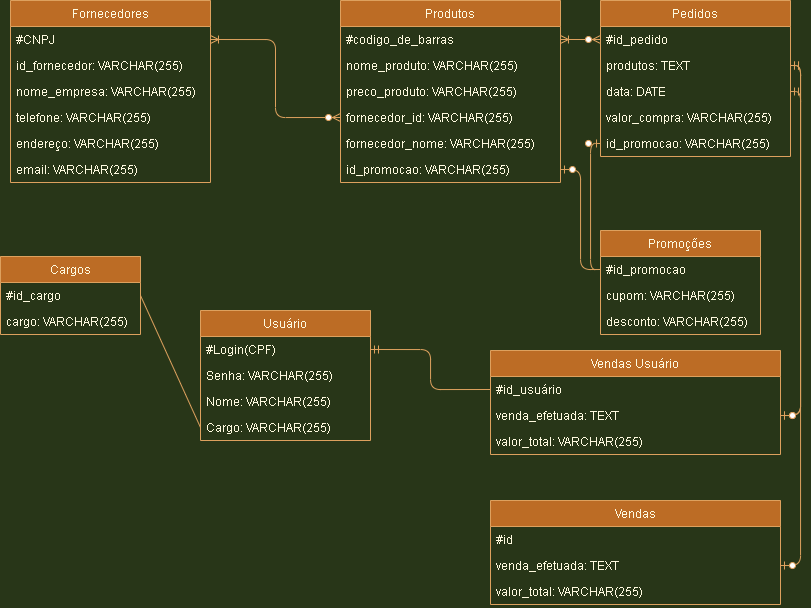
1NxT/Innovate-Market keeps this draw.io diagram as Innovate Market.png. Above is the earlier version. Source tidied: cells renumbered, new cells last; positions are measured from the earlier drawing's top-left corner, leaving out a move shared by most shapes.
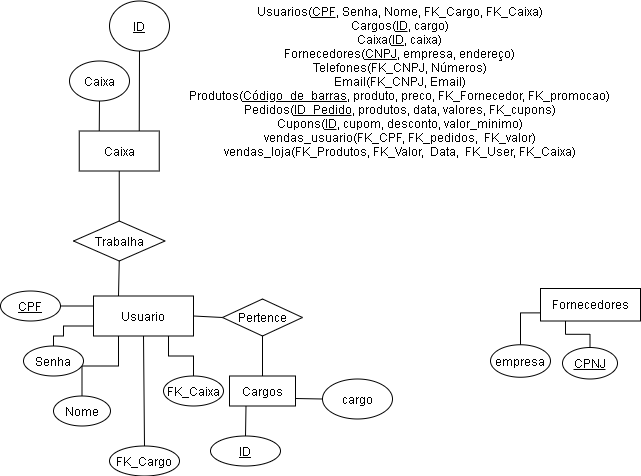
After the commit.

Diff of the diagram source:
```diff
@@ -1,153 +1,115 @@
-<mxGraphModel background="#283618">
+<mxGraphModel>
   <root>
     <mxCell id="0" />
     <mxCell id="1" parent="0" />
-    <mxCell id="2" value="Usuário" style="swimlane;fontStyle=0;horizontal=1;startSize=26;shadow=0;fillColor=#BC6C25;strokeColor=#DDA15E;fontColor=#FEFAE0;" parent="1" vertex="1">
-      <mxGeometry x="200" y="310" width="170" height="130" as="geometry" />
-    </mxCell>
-    <mxCell id="3" value="#Login(CPF) " style="text;fillColor=none;align=left;verticalAlign=top;spacingLeft=4;spacingRight=4;overflow=hidden;points=[[0,0.5],[1,0.5]];portConstraint=eastwest;shadow=0;fontColor=#FEFAE0;" parent="2" vertex="1">
-      <mxGeometry y="26" width="170" height="26" as="geometry" />
-    </mxCell>
-    <mxCell id="4" value="Senha: VARCHAR(255)" style="text;fillColor=none;align=left;verticalAlign=top;spacingLeft=4;spacingRight=4;overflow=hidden;shadow=0;fontColor=#FEFAE0;" parent="2" vertex="1">
-      <mxGeometry y="52" width="170" height="26" as="geometry" />
-    </mxCell>
-    <mxCell id="5" value="Nome: VARCHAR(255)" style="text;fillColor=none;align=left;verticalAlign=top;spacingLeft=4;spacingRight=4;overflow=hidden;shadow=0;fontColor=#FEFAE0;" parent="2" vertex="1">
-      <mxGeometry y="78" width="170" height="26" as="geometry" />
-    </mxCell>
-    <mxCell id="6" value="Cargo: VARCHAR(255)" style="text;fillColor=none;align=left;verticalAlign=top;spacingLeft=4;spacingRight=4;overflow=hidden;points=[[0,0.5],[1,0.5]];portConstraint=eastwest;shadow=0;fontColor=#FEFAE0;" parent="2" vertex="1">
-      <mxGeometry y="104" width="170" height="26" as="geometry" />
-    </mxCell>
+    <mxCell id="51" value="Usuarios(&lt;u&gt;CPF&lt;/u&gt;, Senha, Nome, FK_Cargo, FK_Caixa)&lt;br&gt;Cargos(&lt;u&gt;ID&lt;/u&gt;, cargo)&lt;br&gt;Caixa(&lt;u&gt;ID&lt;/u&gt;, caixa)&lt;br&gt;Fornecedores(&lt;u&gt;CNPJ&lt;/u&gt;, empresa, endereço)&lt;br&gt;Telefones(FK_CNPJ, Números)&lt;br&gt;Email(FK_CNPJ, Email)&lt;br&gt;Produtos(&lt;u&gt;Código_de_barras&lt;/u&gt;, produto, preco, FK_Fornecedor, FK_promocao)&lt;br&gt;Pedidos(&lt;u&gt;ID_Pedido&lt;/u&gt;, produtos, data, valores, FK_cupons)&lt;br&gt;Cupons(&lt;u&gt;ID&lt;/u&gt;, cupom, desconto, valor_minimo)&lt;br&gt;vendas_usuario(FK_CPF, FK_pedidos,&amp;nbsp; FK_valor)&lt;br&gt;vendas_loja(FK_Produtos, FK_Valor,&amp;nbsp; Data,&amp;nbsp; FK_User, FK_Caixa)" style="text;html=1;align=center;verticalAlign=middle;strokeColor=none;" parent="1" vertex="1">
+      <mxGeometry x="169" y="-7.5" width="440" height="160" as="geometry" />
+    </mxCell>
+    <mxCell id="52" value="Usuario" style="whiteSpace=wrap;html=1;align=center;rounded=0;sketch=0;" parent="1" vertex="1">
+      <mxGeometry x="83" y="287.5" width="100" height="40" as="geometry" />
+    </mxCell>
+    <mxCell id="53" style="endArrow=none;html=1;rounded=0;exitX=0.25;exitY=1;exitDx=0;exitDy=0;edgeStyle=orthogonalEdgeStyle;entryX=0.5;entryY=0;entryDx=0;entryDy=0;" parent="1" edge="1" source="52" target="60">
+      <mxGeometry relative="1" as="geometry" />
+    </mxCell>
+    <mxCell id="54" style="endArrow=none;html=1;rounded=0;exitX=0;exitY=0.75;exitDx=0;exitDy=0;edgeStyle=orthogonalEdgeStyle;entryX=0.5;entryY=0;entryDx=0;entryDy=0;" parent="1" edge="1" source="52" target="59">
+      <mxGeometry relative="1" as="geometry">
+        <Array as="points">
+          <mxPoint x="53" y="317.5" />
+          <mxPoint x="53" y="327.5" />
+          <mxPoint x="43" y="327.5" />
+        </Array>
+      </mxGeometry>
+    </mxCell>
+    <mxCell id="55" style="endArrow=none;html=1;rounded=0;exitX=0.5;exitY=1;exitDx=0;exitDy=0;entryX=0.5;entryY=0;entryDx=0;entryDy=0;" parent="1" edge="1" source="52" target="61">
+      <mxGeometry relative="1" as="geometry" />
+    </mxCell>
+    <mxCell id="56" style="endArrow=none;html=1;rounded=0;exitX=0.75;exitY=1;exitDx=0;exitDy=0;edgeStyle=orthogonalEdgeStyle;" parent="1" edge="1" source="52">
+      <mxGeometry relative="1" as="geometry">
+        <mxPoint x="183" y="367.5" as="targetPoint" />
+      </mxGeometry>
+    </mxCell>
+    <mxCell id="57" style="endArrow=none;html=1;rounded=0;exitX=0;exitY=0.25;exitDx=0;exitDy=0;entryX=1;entryY=0.5;entryDx=0;entryDy=0;" parent="1" edge="1" source="52" target="58">
+      <mxGeometry relative="1" as="geometry" />
+    </mxCell>
+    <mxCell id="58" value="&lt;u&gt;CPF&lt;/u&gt;" style="ellipse;whiteSpace=wrap;html=1;rounded=0;sketch=0;" parent="1" vertex="1">
+      <mxGeometry x="-10" y="282.5" width="60" height="30" as="geometry" />
+    </mxCell>
+    <mxCell id="59" value="Senha" style="ellipse;whiteSpace=wrap;html=1;rounded=0;sketch=0;" parent="1" vertex="1">
+      <mxGeometry x="13" y="337.5" width="60" height="30" as="geometry" />
+    </mxCell>
+    <mxCell id="60" value="Nome" style="ellipse;whiteSpace=wrap;html=1;rounded=0;sketch=0;" parent="1" vertex="1">
+      <mxGeometry x="43" y="387.5" width="57" height="30" as="geometry" />
+    </mxCell>
+    <mxCell id="61" value="FK_Cargo" style="ellipse;whiteSpace=wrap;html=1;rounded=0;sketch=0;" parent="1" vertex="1">
+      <mxGeometry x="99" y="437.5" width="70" height="30" as="geometry" />
+    </mxCell>
+    <mxCell id="62" value="FK_Caixa" style="ellipse;whiteSpace=wrap;html=1;rounded=0;sketch=0;" parent="1" vertex="1">
+      <mxGeometry x="153" y="367.5" width="60" height="30" as="geometry" />
+    </mxCell>
+    <mxCell id="63" value="Pertence" style="rhombus;whiteSpace=wrap;html=1;rounded=0;sketch=0;" parent="1" vertex="1">
+      <mxGeometry x="212" y="290.5" width="80" height="37" as="geometry" />
+    </mxCell>
+    <mxCell id="64" style="endArrow=none;html=1;entryX=0;entryY=0.5;entryDx=0;entryDy=0;exitX=1;exitY=0.5;exitDx=0;exitDy=0;" parent="1" edge="1" source="52" target="63">
+      <mxGeometry relative="1" as="geometry" />
+    </mxCell>
-    <mxCell id="7" value="Cargos" style="swimlane;fontStyle=0;horizontal=1;startSize=26;shadow=0;fillColor=#BC6C25;strokeColor=#DDA15E;fontColor=#FEFAE0;" parent="1" vertex="1">
-      <mxGeometry y="256" width="140" height="78" as="geometry" />
+    <mxCell id="7" value="Cargos" style="rounded=0;whiteSpace=wrap;html=1;sketch=0;" parent="1" vertex="1">
+      <mxGeometry x="219" y="367.5" width="66" height="30" as="geometry" />
     </mxCell>
-    <mxCell id="8" value="#id_cargo" style="text;fillColor=none;align=left;verticalAlign=top;spacingLeft=4;spacingRight=4;overflow=hidden;points=[[0,0.5],[1,0.5]];portConstraint=eastwest;shadow=0;fontColor=#FEFAE0;" parent="7" vertex="1">
-      <mxGeometry y="26" width="140" height="26" as="geometry" />
-    </mxCell>
-    <mxCell id="9" value="cargo: VARCHAR(255)" style="text;fillColor=none;align=left;verticalAlign=top;spacingLeft=4;spacingRight=4;overflow=hidden;shadow=0;fontColor=#FEFAE0;" parent="7" vertex="1">
-      <mxGeometry y="52" width="140" height="26" as="geometry" />
-    </mxCell>
-    <mxCell id="10" value="Produtos" style="swimlane;fontStyle=0;horizontal=1;startSize=26;shadow=0;fillColor=#BC6C25;strokeColor=#DDA15E;fontColor=#FEFAE0;" parent="1" vertex="1">
-      <mxGeometry x="340" width="220" height="182" as="geometry" />
-    </mxCell>
-    <mxCell id="11" value="#codigo_de_barras" style="text;fillColor=none;align=left;verticalAlign=top;spacingLeft=4;spacingRight=4;overflow=hidden;points=[[0,0.5],[1,0.5]];portConstraint=eastwest;shadow=0;fontColor=#FEFAE0;" parent="10" vertex="1">
-      <mxGeometry y="26" width="220" height="26" as="geometry" />
-    </mxCell>
-    <mxCell id="12" value="nome_produto: VARCHAR(255)" style="text;fillColor=none;align=left;verticalAlign=top;spacingLeft=4;spacingRight=4;overflow=hidden;shadow=0;fontColor=#FEFAE0;" parent="10" vertex="1">
-      <mxGeometry y="52" width="220" height="26" as="geometry" />
-    </mxCell>
-    <mxCell id="13" value="preco_produto: VARCHAR(255)" style="text;fillColor=none;align=left;verticalAlign=top;spacingLeft=4;spacingRight=4;overflow=hidden;shadow=0;fontColor=#FEFAE0;" parent="10" vertex="1">
-      <mxGeometry y="78" width="220" height="26" as="geometry" />
-    </mxCell>
-    <mxCell id="14" value="fornecedor_id: VARCHAR(255)" style="text;fillColor=none;align=left;verticalAlign=top;spacingLeft=4;spacingRight=4;overflow=hidden;points=[[0,0.5],[1,0.5]];portConstraint=eastwest;shadow=0;fontColor=#FEFAE0;" parent="10" vertex="1">
-      <mxGeometry y="104" width="220" height="26" as="geometry" />
-    </mxCell>
-    <mxCell id="15" value="fornecedor_nome: VARCHAR(255)" style="text;fillColor=none;align=left;verticalAlign=top;spacingLeft=4;spacingRight=4;overflow=hidden;shadow=0;fontColor=#FEFAE0;" parent="10" vertex="1">
-      <mxGeometry y="130" width="220" height="26" as="geometry" />
-    </mxCell>
-    <mxCell id="16" value="id_promocao: VARCHAR(255)" style="text;fillColor=none;align=left;verticalAlign=top;spacingLeft=4;spacingRight=4;overflow=hidden;points=[[0,0.5],[1,0.5]];portConstraint=eastwest;shadow=0;fontColor=#FEFAE0;" parent="10" vertex="1">
-      <mxGeometry y="156" width="220" height="26" as="geometry" />
-    </mxCell>
+    <mxCell id="65" style="endArrow=none;html=1;entryX=0.5;entryY=1;entryDx=0;entryDy=0;exitX=0.5;exitY=0;exitDx=0;exitDy=0;" parent="1" edge="1" source="7" target="63">
+      <mxGeometry relative="1" as="geometry" />
+    </mxCell>
+    <mxCell id="66" style="endArrow=none;html=1;entryX=0.25;entryY=1;entryDx=0;entryDy=0;exitX=0.5;exitY=0;exitDx=0;exitDy=0;" parent="1" edge="1" source="67" target="7">
+      <mxGeometry relative="1" as="geometry" />
+    </mxCell>
+    <mxCell id="67" value="&lt;u&gt;ID&lt;/u&gt;" style="ellipse;whiteSpace=wrap;html=1;rounded=0;sketch=0;" parent="1" vertex="1">
+      <mxGeometry x="200" y="427.5" width="70" height="30" as="geometry" />
+    </mxCell>
+    <mxCell id="68" style="endArrow=none;html=1;entryX=1;entryY=0.75;entryDx=0;entryDy=0;exitX=0;exitY=0.5;exitDx=0;exitDy=0;" parent="1" edge="1" source="69" target="7">
+      <mxGeometry relative="1" as="geometry" />
+    </mxCell>
+    <mxCell id="69" value="cargo" style="ellipse;whiteSpace=wrap;html=1;rounded=0;sketch=0;" parent="1" vertex="1">
+      <mxGeometry x="312" y="370.5" width="70" height="40" as="geometry" />
+    </mxCell>
+    <mxCell id="70" value="Caixa" style="rounded=0;whiteSpace=wrap;html=1;sketch=0;" parent="1" vertex="1">
+      <mxGeometry x="68.8" y="122.5" width="80" height="40" as="geometry" />
+    </mxCell>
+    <mxCell id="71" value="Trabalha" style="rhombus;whiteSpace=wrap;html=1;rounded=0;sketch=0;" parent="1" vertex="1">
+      <mxGeometry x="63" y="212.5" width="91.5" height="40" as="geometry" />
+    </mxCell>
+    <mxCell id="72" style="endArrow=none;html=1;exitX=0.25;exitY=0;exitDx=0;exitDy=0;entryX=0.5;entryY=1;entryDx=0;entryDy=0;" parent="1" edge="1" source="52" target="71">
+      <mxGeometry relative="1" as="geometry" />
+    </mxCell>
+    <mxCell id="73" style="endArrow=none;html=1;exitX=0.5;exitY=0;exitDx=0;exitDy=0;entryX=0.5;entryY=1;entryDx=0;entryDy=0;" parent="1" edge="1" source="71" target="70">
+      <mxGeometry relative="1" as="geometry" />
+    </mxCell>
+    <mxCell id="74" style="endArrow=none;html=1;exitX=0.25;exitY=0;exitDx=0;exitDy=0;entryX=0.5;entryY=1;entryDx=0;entryDy=0;" parent="1" edge="1" source="70" target="75">
+      <mxGeometry relative="1" as="geometry" />
+    </mxCell>
+    <mxCell id="75" value="Caixa" style="ellipse;whiteSpace=wrap;html=1;rounded=0;sketch=0;" parent="1" vertex="1">
+      <mxGeometry x="59" y="52.5" width="60" height="40" as="geometry" />
+    </mxCell>
+    <mxCell id="76" style="endArrow=none;html=1;exitX=0.75;exitY=0;exitDx=0;exitDy=0;entryX=0.5;entryY=1;entryDx=0;entryDy=0;" parent="1" edge="1" target="77">
+      <mxGeometry relative="1" as="geometry">
+        <mxPoint x="128.7" y="122.5" as="sourcePoint" />
+      </mxGeometry>
+    </mxCell>
+    <mxCell id="77" value="&lt;u&gt;ID&lt;/u&gt;" style="ellipse;whiteSpace=wrap;html=1;rounded=0;sketch=0;" parent="1" vertex="1">
+      <mxGeometry x="99" y="-7.5" width="60" height="50" as="geometry" />
+    </mxCell>
-    <mxCell id="17" value="Fornecedores" style="swimlane;fontStyle=0;horizontal=1;startSize=26;shadow=0;fillColor=#BC6C25;strokeColor=#DDA15E;fontColor=#FEFAE0;" parent="1" vertex="1">
-      <mxGeometry x="10" width="200" height="182" as="geometry" />
+    <mxCell id="17" value="Fornecedores" style="rounded=0;whiteSpace=wrap;html=1;sketch=0;" parent="1" vertex="1">
+      <mxGeometry x="530" y="280" width="100" height="32.5" as="geometry" />
     </mxCell>
-    <mxCell id="18" value="#CNPJ" style="text;fillColor=none;align=left;verticalAlign=top;spacingLeft=4;spacingRight=4;overflow=hidden;points=[[0,0.5],[1,0.5]];portConstraint=eastwest;shadow=0;fontColor=#FEFAE0;" parent="17" vertex="1">
-      <mxGeometry y="26" width="200" height="26" as="geometry" />
-    </mxCell>
-    <mxCell id="19" value="id_fornecedor: VARCHAR(255)&#10;" style="text;fillColor=none;align=left;verticalAlign=top;spacingLeft=4;spacingRight=4;overflow=hidden;shadow=0;fontColor=#FEFAE0;" parent="17" vertex="1">
-      <mxGeometry y="52" width="200" height="26" as="geometry" />
-    </mxCell>
-    <mxCell id="20" value="nome_empresa: VARCHAR(255)" style="text;fillColor=none;align=left;verticalAlign=top;spacingLeft=4;spacingRight=4;overflow=hidden;shadow=0;fontColor=#FEFAE0;" parent="17" vertex="1">
-      <mxGeometry y="78" width="200" height="26" as="geometry" />
-    </mxCell>
-    <mxCell id="21" value="telefone: VARCHAR(255)" style="text;fillColor=none;align=left;verticalAlign=top;spacingLeft=4;spacingRight=4;overflow=hidden;shadow=0;fontColor=#FEFAE0;" parent="17" vertex="1">
-      <mxGeometry y="104" width="200" height="26" as="geometry" />
-    </mxCell>
-    <mxCell id="22" value="endereço: VARCHAR(255)" style="text;fillColor=none;align=left;verticalAlign=top;spacingLeft=4;spacingRight=4;overflow=hidden;shadow=0;fontColor=#FEFAE0;" parent="17" vertex="1">
-      <mxGeometry y="130" width="200" height="26" as="geometry" />
-    </mxCell>
-    <mxCell id="23" value="email: VARCHAR(255)" style="text;fillColor=none;align=left;verticalAlign=top;spacingLeft=4;spacingRight=4;overflow=hidden;shadow=0;fontColor=#FEFAE0;" parent="17" vertex="1">
-      <mxGeometry y="156" width="200" height="26" as="geometry" />
-    </mxCell>
-    <mxCell id="24" value="Pedidos" style="swimlane;fontStyle=0;horizontal=1;startSize=26;shadow=0;fillColor=#BC6C25;strokeColor=#DDA15E;fontColor=#FEFAE0;" parent="1" vertex="1">
-      <mxGeometry x="600" width="190" height="156" as="geometry" />
-    </mxCell>
-    <mxCell id="25" value="#id_pedido" style="text;fillColor=none;align=left;verticalAlign=top;spacingLeft=4;spacingRight=4;overflow=hidden;points=[[0,0.5],[1,0.5]];portConstraint=eastwest;shadow=0;fontColor=#FEFAE0;" parent="24" vertex="1">
-      <mxGeometry y="26" width="190" height="26" as="geometry" />
-    </mxCell>
-    <mxCell id="26" value="produtos: TEXT" style="text;align=left;verticalAlign=top;spacingLeft=4;spacingRight=4;overflow=hidden;points=[[0,0.5],[1,0.5]];portConstraint=eastwest;shadow=0;fontColor=#FEFAE0;" parent="24" vertex="1">
-      <mxGeometry y="52" width="190" height="26" as="geometry" />
-    </mxCell>
-    <mxCell id="27" value="data: DATE" style="text;strokeColor=none;fillColor=none;align=left;verticalAlign=top;spacingLeft=4;spacingRight=4;overflow=hidden;points=[[0,0.5],[1,0.5]];portConstraint=eastwest;fontColor=#FEFAE0;" parent="24" vertex="1">
-      <mxGeometry y="78" width="190" height="26" as="geometry" />
-    </mxCell>
-    <mxCell id="28" value="valor_compra: VARCHAR(255)" style="text;fillColor=none;align=left;verticalAlign=top;spacingLeft=4;spacingRight=4;overflow=hidden;shadow=0;fontColor=#FEFAE0;" parent="24" vertex="1">
-      <mxGeometry y="104" width="190" height="26" as="geometry" />
-    </mxCell>
-    <mxCell id="29" value="id_promocao: VARCHAR(255)" style="text;fillColor=none;align=left;verticalAlign=top;spacingLeft=4;spacingRight=4;overflow=hidden;points=[[0,0.5],[1,0.5]];portConstraint=eastwest;shadow=0;fontColor=#FEFAE0;" parent="24" vertex="1">
-      <mxGeometry y="130" width="190" height="26" as="geometry" />
-    </mxCell>
-    <mxCell id="30" style="edgeStyle=orthogonalEdgeStyle;fontSize=12;html=1;endArrow=ERoneToMany;startArrow=ERzeroToMany;shadow=0;entryX=1;entryY=0.5;entryDx=0;entryDy=0;exitX=0;exitY=0.5;exitDx=0;exitDy=0;labelBackgroundColor=#283618;strokeColor=#DDA15E;fontColor=#FEFAE0;" parent="1" edge="1" source="14" target="18">
-      <mxGeometry relative="1" as="geometry" />
-    </mxCell>
-    <mxCell id="31" style="edgeStyle=entityRelationEdgeStyle;fontSize=12;html=1;endArrow=ERoneToMany;startArrow=ERzeroToMany;shadow=0;entryX=1;entryY=0.5;entryDx=0;entryDy=0;exitX=0;exitY=0.5;exitDx=0;exitDy=0;labelBackgroundColor=#283618;strokeColor=#DDA15E;fontColor=#FEFAE0;" parent="1" edge="1" source="25" target="11">
-      <mxGeometry relative="1" as="geometry" />
-    </mxCell>
-    <mxCell id="32" value="Promoções" style="swimlane;fontStyle=0;horizontal=1;startSize=26;shadow=0;strokeColor=#DDA15E;fontColor=#FEFAE0;fillColor=#BC6C25;" parent="1" vertex="1">
-      <mxGeometry x="600" y="230" width="160" height="104" as="geometry" />
-    </mxCell>
-    <mxCell id="33" value="#id_promocao" style="text;strokeColor=none;fillColor=none;align=left;verticalAlign=top;spacingLeft=4;spacingRight=4;overflow=hidden;points=[[0,0.5],[1,0.5]];portConstraint=eastwest;fontColor=#FEFAE0;" parent="32" vertex="1">
-      <mxGeometry y="26" width="160" height="26" as="geometry" />
-    </mxCell>
-    <mxCell id="34" value="cupom: VARCHAR(255)" style="text;strokeColor=none;fillColor=none;align=left;verticalAlign=top;spacingLeft=4;spacingRight=4;overflow=hidden;fontColor=#FEFAE0;" parent="32" vertex="1">
-      <mxGeometry y="52" width="160" height="26" as="geometry" />
-    </mxCell>
-    <mxCell id="35" value="desconto: VARCHAR(255)" style="text;strokeColor=none;fillColor=none;align=left;verticalAlign=top;spacingLeft=4;spacingRight=4;overflow=hidden;fontColor=#FEFAE0;" parent="32" vertex="1">
-      <mxGeometry y="78" width="160" height="26" as="geometry" />
-    </mxCell>
-    <mxCell id="36" style="edgeStyle=orthogonalEdgeStyle;fontSize=12;html=1;endArrow=ERzeroToOne;endFill=1;exitX=0;exitY=0.5;exitDx=0;exitDy=0;entryX=1;entryY=0.5;entryDx=0;entryDy=0;labelBackgroundColor=#283618;strokeColor=#DDA15E;fontColor=#FEFAE0;" parent="1" edge="1" source="33" target="16">
-      <mxGeometry relative="1" as="geometry" />
-    </mxCell>
-    <mxCell id="37" style="edgeStyle=orthogonalEdgeStyle;fontSize=12;html=1;endArrow=ERzeroToOne;endFill=1;exitX=0;exitY=0.5;exitDx=0;exitDy=0;entryX=0;entryY=0.5;entryDx=0;entryDy=0;labelBackgroundColor=#283618;strokeColor=#DDA15E;fontColor=#FEFAE0;" parent="1" edge="1" source="33" target="29">
-      <mxGeometry relative="1" as="geometry" />
-    </mxCell>
-    <mxCell id="38" value="Vendas" style="swimlane;fontStyle=0;horizontal=1;startSize=26;strokeColor=#DDA15E;fontColor=#FEFAE0;fillColor=#BC6C25;" parent="1" vertex="1">
-      <mxGeometry x="490" y="500" width="290" height="104" as="geometry" />
-    </mxCell>
-    <mxCell id="39" value="#id" style="text;strokeColor=none;fillColor=none;align=left;verticalAlign=top;spacingLeft=4;spacingRight=4;overflow=hidden;fontColor=#FEFAE0;" parent="38" vertex="1">
-      <mxGeometry y="26" width="290" height="26" as="geometry" />
-    </mxCell>
-    <mxCell id="40" value="venda_efetuada: TEXT" style="text;strokeColor=none;fillColor=none;align=left;verticalAlign=top;spacingLeft=4;spacingRight=4;overflow=hidden;points=[[0,0.5],[1,0.5]];portConstraint=eastwest;fontColor=#FEFAE0;" parent="38" vertex="1">
-      <mxGeometry y="52" width="290" height="26" as="geometry" />
-    </mxCell>
-    <mxCell id="41" value="valor_total: VARCHAR(255)" style="text;strokeColor=none;fillColor=none;align=left;verticalAlign=top;spacingLeft=4;spacingRight=4;overflow=hidden;fontColor=#FEFAE0;" parent="38" vertex="1">
-      <mxGeometry y="78" width="290" height="26" as="geometry" />
-    </mxCell>
-    <mxCell id="42" value="Vendas Usuário" style="swimlane;fontStyle=0;horizontal=1;startSize=26;strokeColor=#DDA15E;fontColor=#FEFAE0;fillColor=#BC6C25;" parent="1" vertex="1">
-      <mxGeometry x="490" y="350" width="290" height="104" as="geometry" />
-    </mxCell>
-    <mxCell id="43" value="#id_usuário" style="text;strokeColor=none;fillColor=none;align=left;verticalAlign=top;spacingLeft=4;spacingRight=4;overflow=hidden;points=[[0,0.5],[1,0.5]];portConstraint=eastwest;fontColor=#FEFAE0;" parent="42" vertex="1">
-      <mxGeometry y="26" width="290" height="26" as="geometry" />
-    </mxCell>
-    <mxCell id="44" value="venda_efetuada: TEXT" style="text;strokeColor=none;fillColor=none;align=left;verticalAlign=top;spacingLeft=4;spacingRight=4;overflow=hidden;points=[[0,0.5],[1,0.5]];portConstraint=eastwest;fontColor=#FEFAE0;" parent="42" vertex="1">
-      <mxGeometry y="52" width="290" height="26" as="geometry" />
-    </mxCell>
-    <mxCell id="45" value="valor_total: VARCHAR(255)" style="text;strokeColor=none;fillColor=none;align=left;verticalAlign=top;spacingLeft=4;spacingRight=4;overflow=hidden;fontColor=#FEFAE0;" parent="42" vertex="1">
-      <mxGeometry y="78" width="290" height="26" as="geometry" />
-    </mxCell>
-    <mxCell id="46" style="edgeStyle=orthogonalEdgeStyle;fontSize=12;html=1;endArrow=ERzeroToOne;startArrow=ERmandOne;entryX=1;entryY=0.5;entryDx=0;entryDy=0;exitX=1;exitY=0.5;exitDx=0;exitDy=0;labelBackgroundColor=#283618;strokeColor=#DDA15E;fontColor=#FEFAE0;" parent="1" edge="1" source="26" target="40">
-      <mxGeometry relative="1" as="geometry" />
-    </mxCell>
-    <mxCell id="47" style="edgeStyle=orthogonalEdgeStyle;fontSize=12;html=1;endArrow=ERzeroToOne;startArrow=ERmandOne;entryX=1;entryY=0.5;entryDx=0;entryDy=0;exitX=1;exitY=0.5;exitDx=0;exitDy=0;labelBackgroundColor=#283618;strokeColor=#DDA15E;fontColor=#FEFAE0;" parent="1" edge="1" source="26" target="44">
-      <mxGeometry relative="1" as="geometry" />
-    </mxCell>
-    <mxCell id="48" style="edgeStyle=orthogonalEdgeStyle;fontSize=12;html=1;endArrow=ERmandOne;exitX=0;exitY=0.5;exitDx=0;exitDy=0;entryX=1;entryY=0.5;entryDx=0;entryDy=0;labelBackgroundColor=#283618;strokeColor=#DDA15E;fontColor=#FEFAE0;" parent="1" edge="1" source="43" target="3">
-      <mxGeometry relative="1" as="geometry" />
-    </mxCell>
-    <mxCell id="49" style="endArrow=none;html=1;exitX=1;exitY=0.5;exitDx=0;exitDy=0;entryX=0;entryY=0.5;entryDx=0;entryDy=0;labelBackgroundColor=#283618;strokeColor=#DDA15E;fontColor=#FEFAE0;" parent="1" edge="1" source="8" target="6">
-      <mxGeometry relative="1" as="geometry" />
-    </mxCell>
-    <mxCell id="50" style="edgeStyle=orthogonalEdgeStyle;fontSize=12;html=1;endArrow=ERzeroToOne;startArrow=ERmandOne;labelBackgroundColor=#283618;strokeColor=#DDA15E;fontColor=#FEFAE0;exitX=1;exitY=0.5;exitDx=0;exitDy=0;entryX=1;entryY=0.5;entryDx=0;entryDy=0;" parent="1" edge="1" source="27" target="44">
-      <mxGeometry relative="1" as="geometry" />
-    </mxCell>
+    <mxCell id="78" value="&lt;u&gt;CPNJ&lt;/u&gt;" style="ellipse;whiteSpace=wrap;html=1;rounded=0;sketch=0;" parent="1" vertex="1">
+      <mxGeometry x="552" y="339" width="55" height="31.5" as="geometry" />
+    </mxCell>
+    <mxCell id="79" style="endArrow=none;html=1;exitX=0.25;exitY=1;exitDx=0;exitDy=0;entryX=0.5;entryY=0;entryDx=0;entryDy=0;edgeStyle=orthogonalEdgeStyle;rounded=0;" parent="1" edge="1" source="17" target="78">
+      <mxGeometry relative="1" as="geometry" />
+    </mxCell>
+    <mxCell id="80" value="empresa" style="ellipse;whiteSpace=wrap;html=1;rounded=0;sketch=0;" parent="1" vertex="1">
+      <mxGeometry x="480" y="336.2" width="60" height="32.5" as="geometry" />
+    </mxCell>
+    <mxCell id="81" style="endArrow=none;html=1;exitX=0.5;exitY=0;exitDx=0;exitDy=0;entryX=0;entryY=0.75;entryDx=0;entryDy=0;edgeStyle=orthogonalEdgeStyle;rounded=0;" parent="1" edge="1" source="80" target="17">
+      <mxGeometry relative="1" as="geometry" />
+    </mxCell>
   </root>
 </mxGraphModel>
```
